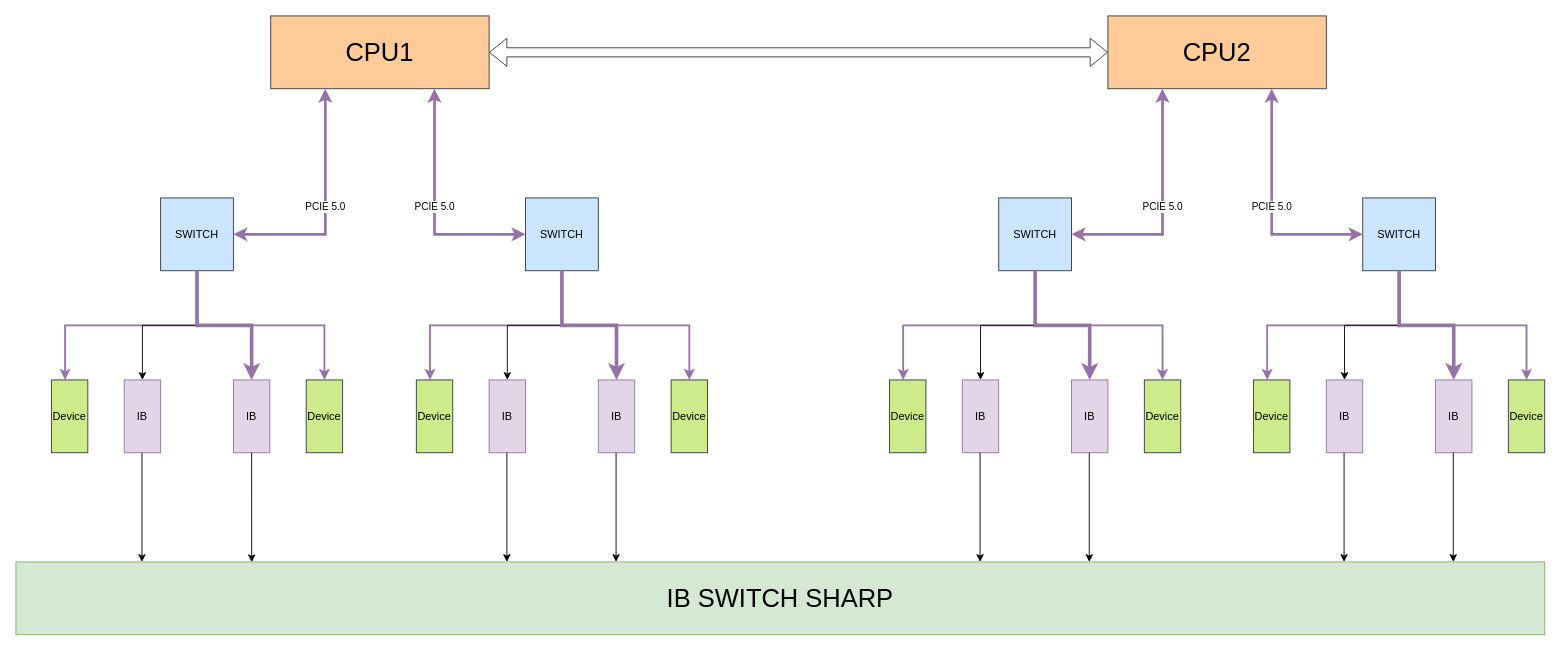
Above: OAM_net_ARC.drawio in BEYHHH/SBLP (draw.io), before the change. Source tidied: cells renumbered, new cells numbered last; positions are measured from the earlier drawing's top-left corner, leaving out a move shared by most shapes. Both pictures are drawn from the tidied source at 91%, with x=0, y=0 at pixel (15, 15).
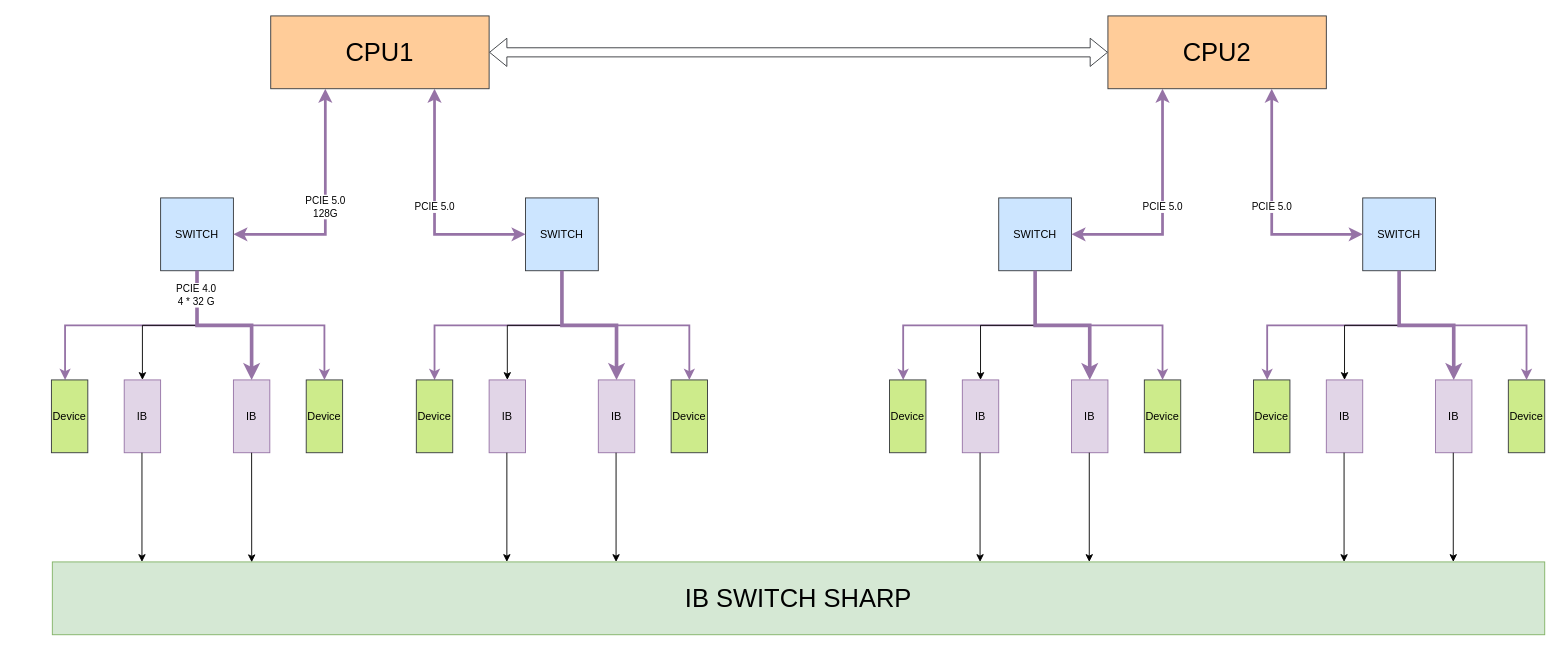
The same page after the edit.

The change refers to these unchanged cells:
```xml
<mxCell id="2" value="&lt;font style=&quot;font-size: 28px;&quot;&gt;CPU1&lt;/font&gt;" style="rounded=0;whiteSpace=wrap;html=1;fillColor=#ffcc99;strokeColor=#36393d;" parent="1" vertex="1">
  <mxGeometry x="280" width="240" height="80" as="geometry" />
</mxCell>
<mxCell id="5" value="SWITCH" style="rounded=0;whiteSpace=wrap;html=1;fillColor=#cce5ff;strokeColor=#36393d;" parent="1" vertex="1">
  <mxGeometry x="159" y="200" width="80" height="80" as="geometry" />
</mxCell>
<mxCell id="11" style="edgeStyle=orthogonalEdgeStyle;rounded=0;jettySize=auto;html=1;entryX=0.5;entryY=0;entryDx=0;entryDy=0;exitX=0.5;exitY=1;exitDx=0;exitDy=0;fillColor=#e1d5e7;strokeColor=#9673a6;strokeWidth=2;" parent="1" edge="1" source="5" target="10">
  <mxGeometry relative="1" as="geometry">
    <Array as="points">
      <mxPoint x="199" y="340" />
      <mxPoint x="339" y="340" />
    </Array>
  </mxGeometry>
</mxCell>
<mxCell id="14" value="SWITCH" style="rounded=0;whiteSpace=wrap;html=1;fillColor=#cce5ff;strokeColor=#36393d;" parent="1" vertex="1">
  <mxGeometry x="560" y="200" width="80" height="80" as="geometry" />
</mxCell>
<mxCell id="15" value="Device" style="rounded=0;whiteSpace=wrap;html=1;fillColor=#cdeb8b;strokeColor=#36393d;" parent="1" vertex="1">
  <mxGeometry x="440" y="400" width="40" height="80" as="geometry" />
</mxCell>
```

Change to the diagram source:
```diff
@@
+    <mxCell id="54" value="PCIE 4.0&lt;br&gt;4 * 32 G" style="edgeLabel;html=1;align=center;verticalAlign=middle;" parent="11" vertex="1">
+      <mxGeometry x="-0.8" y="-2" relative="1" as="geometry" />
+    </mxCell>
     <mxCell id="12" style="edgeStyle=orthogonalEdgeStyle;rounded=0;jettySize=auto;html=1;fillColor=#e1d5e7;strokeColor=#9673a6;strokeWidth=2;" parent="1" edge="1" source="14" target="15">
       <mxGeometry relative="1" as="geometry">
         <Array as="points">
           <mxPoint x="600" y="340" />
-          <mxPoint x="455" y="340" />
+          <mxPoint x="460" y="340" />
         </Array>
       </mxGeometry>
     </mxCell>
@@
-    <mxCell id="22" value="PCIE 5.0" style="endArrow=classic;startArrow=classic;html=1;rounded=0;entryX=0.25;entryY=1;entryDx=0;entryDy=0;strokeWidth=3;fillColor=#e1d5e7;strokeColor=#9673a6;" parent="1" edge="1" source="5" target="2">
+    <mxCell id="22" value="PCIE 5.0&lt;br&gt;128G" style="endArrow=classic;startArrow=classic;html=1;rounded=0;entryX=0.25;entryY=1;entryDx=0;entryDy=0;strokeWidth=3;fillColor=#e1d5e7;strokeColor=#9673a6;" parent="1" edge="1" source="5" target="2">
       <mxGeometry relative="1" as="geometry">
         <Array as="points">
           <mxPoint x="340" y="240" />
         </Array>
       </mxGeometry>
     </mxCell>
@@
     <mxCell id="45" value="&lt;font style=&quot;font-size: 28px;&quot;&gt;IB SWITCH SHARP&lt;/font&gt;" style="rounded=0;whiteSpace=wrap;html=1;fillColor=#d5e8d4;strokeColor=#82b366;" parent="1" vertex="1">
-      <mxGeometry y="600" width="1680" height="80" as="geometry" />
+      <mxGeometry x="40" y="600" width="1640" height="80" as="geometry" />
     </mxCell>
```
